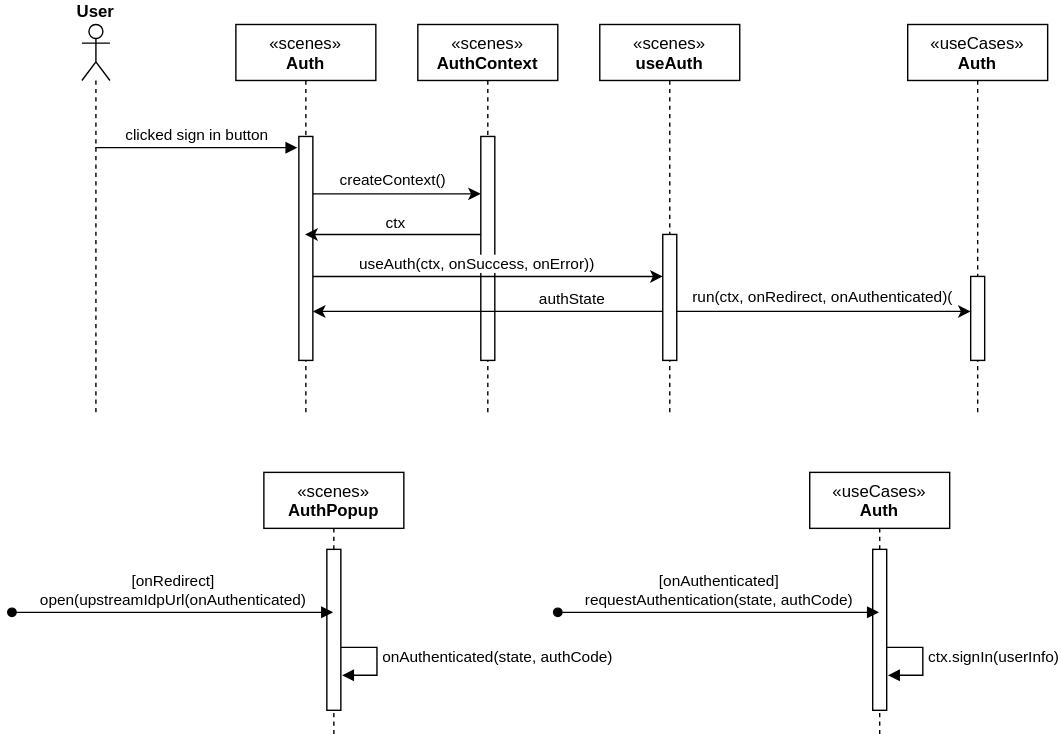
Earlier version of the draw.io export src/template_thesis/diagrams/audit_browser/audit_browser_uc02_auth_signin_sequence_diagram.drawio.svg (HaniAlshikh/bachelor-thesis). Source tidied: cells renumbered, new cells last; positions are measured from the earlier drawing's top-left corner, leaving out a move shared by most shapes. Its diagram source:
```xml
<mxGraphModel background="#ffffff">
  <root>
    <mxCell id="0" />
    <mxCell id="1" parent="0" />
    <mxCell id="2" value="&lt;span&gt;«scenes»&lt;br&gt;&lt;b&gt;AuthContext&lt;/b&gt;&lt;br&gt;&lt;/span&gt;" style="shape=umlLifeline;perimeter=lifelinePerimeter;whiteSpace=wrap;html=1;strokeWidth=1;verticalAlign=top;" parent="1" vertex="1">
      <mxGeometry x="290" width="100" height="280" as="geometry" />
    </mxCell>
    <mxCell id="3" style="html=1;perimeter=orthogonalPerimeter;strokeWidth=1;verticalAlign=top;" parent="1" vertex="1">
      <mxGeometry x="335" y="80" width="10" height="160" as="geometry" />
    </mxCell>
    <mxCell id="4" value="&lt;span style=&quot;text-align: center;&quot;&gt;ctx.signIn(userInfo)&lt;/span&gt;" style="edgeStyle=orthogonalEdgeStyle;html=1;align=left;spacingLeft=2;endArrow=block;rounded=0;entryX=1;entryY=0;strokeWidth=1;" parent="1" edge="1">
      <mxGeometry relative="1" as="geometry">
        <mxPoint x="620.8" y="445" as="sourcePoint" />
        <mxPoint x="625.8" y="465" as="targetPoint" />
        <Array as="points">
          <mxPoint x="650.8" y="445" />
        </Array>
      </mxGeometry>
    </mxCell>
    <mxCell id="5" value="&lt;span&gt;«scenes»&lt;br&gt;&lt;b&gt;Auth&lt;/b&gt;&lt;br&gt;&lt;/span&gt;" style="shape=umlLifeline;perimeter=lifelinePerimeter;whiteSpace=wrap;html=1;strokeWidth=1;verticalAlign=top;" parent="1" vertex="1">
      <mxGeometry x="160" width="100" height="280" as="geometry" />
    </mxCell>
    <mxCell id="6" value="&lt;b&gt;User&lt;/b&gt;" style="shape=umlLifeline;participant=umlActor;perimeter=lifelinePerimeter;whiteSpace=wrap;html=1;verticalAlign=bottom;spacingTop=36;outlineConnect=0;strokeWidth=1;labelPosition=center;verticalLabelPosition=top;align=center;" parent="1" vertex="1">
      <mxGeometry x="50" width="20" height="280" as="geometry" />
    </mxCell>
    <mxCell id="7" style="edgeStyle=none;rounded=0;html=1;" parent="1" edge="1">
      <mxGeometry relative="1" as="geometry">
        <mxPoint x="215" y="121" as="sourcePoint" />
        <mxPoint x="335" y="121" as="targetPoint" />
      </mxGeometry>
    </mxCell>
    <mxCell id="8" value="createContext()" style="edgeLabel;html=1;align=center;verticalAlign=middle;" parent="7" vertex="1">
      <mxGeometry x="-0.07" relative="1" as="geometry">
        <mxPoint y="-11" as="offset" />
      </mxGeometry>
    </mxCell>
    <mxCell id="9" style="html=1;perimeter=orthogonalPerimeter;strokeWidth=1;verticalAlign=top;" parent="1" vertex="1">
      <mxGeometry x="205" y="80" width="10" height="160" as="geometry" />
    </mxCell>
    <mxCell id="10" value="clicked sign in button" style="html=1;verticalAlign=bottom;endArrow=block;strokeWidth=1;entryX=-0.1;entryY=0.832;entryDx=0;entryDy=0;entryPerimeter=0;" parent="1" edge="1" source="6">
      <mxGeometry relative="1" as="geometry">
        <mxPoint x="204" y="88" as="targetPoint" />
      </mxGeometry>
    </mxCell>
    <mxCell id="11" value="&lt;span&gt;«scenes»&lt;br&gt;&lt;b&gt;useAuth&lt;/b&gt;&lt;br&gt;&lt;/span&gt;" style="shape=umlLifeline;perimeter=lifelinePerimeter;whiteSpace=wrap;html=1;strokeWidth=1;verticalAlign=top;" parent="1" vertex="1">
      <mxGeometry x="420" width="100" height="280" as="geometry" />
    </mxCell>
    <mxCell id="12" style="html=1;points=[];perimeter=orthogonalPerimeter;strokeWidth=1;verticalAlign=top;" parent="11" vertex="1">
      <mxGeometry x="45" y="150" width="10" height="90" as="geometry" />
    </mxCell>
    <mxCell id="13" style="edgeStyle=none;rounded=0;html=1;" parent="1" edge="1">
      <mxGeometry relative="1" as="geometry">
        <mxPoint x="335" y="150" as="sourcePoint" />
        <mxPoint x="209.5" y="150" as="targetPoint" />
      </mxGeometry>
    </mxCell>
    <mxCell id="14" value="ctx" style="edgeLabel;html=1;align=center;verticalAlign=middle;" parent="13" vertex="1">
      <mxGeometry x="-0.17" y="-1" relative="1" as="geometry">
        <mxPoint x="-10" y="-8" as="offset" />
      </mxGeometry>
    </mxCell>
    <mxCell id="15" style="edgeStyle=none;html=1;" parent="1" edge="1" target="12">
      <mxGeometry relative="1" as="geometry">
        <mxPoint x="215" y="180" as="sourcePoint" />
      </mxGeometry>
    </mxCell>
    <mxCell id="16" value="useAuth(ctx, onSuccess, onError))" style="edgeLabel;html=1;align=center;verticalAlign=middle;" parent="15" vertex="1">
      <mxGeometry x="-0.1" y="4" relative="1" as="geometry">
        <mxPoint x="4" y="-6" as="offset" />
      </mxGeometry>
    </mxCell>
    <mxCell id="17" value="&lt;span&gt;«useCases»&lt;br&gt;&lt;b&gt;Auth&lt;/b&gt;&lt;br&gt;&lt;/span&gt;" style="shape=umlLifeline;perimeter=lifelinePerimeter;whiteSpace=wrap;html=1;strokeWidth=1;verticalAlign=top;" parent="1" vertex="1">
      <mxGeometry x="640" width="100" height="280" as="geometry" />
    </mxCell>
    <mxCell id="18" style="html=1;perimeter=orthogonalPerimeter;strokeWidth=1;verticalAlign=top;" parent="17" vertex="1">
      <mxGeometry x="45" y="180" width="10" height="60" as="geometry" />
    </mxCell>
    <mxCell id="19" value="&lt;span&gt;«useCases»&lt;br&gt;&lt;b&gt;Auth&lt;/b&gt;&lt;br&gt;&lt;/span&gt;" style="shape=umlLifeline;perimeter=lifelinePerimeter;whiteSpace=wrap;html=1;outlineConnect=0;strokeWidth=1;verticalAlign=top;" parent="1" vertex="1">
      <mxGeometry x="570" y="320" width="100" height="190" as="geometry" />
    </mxCell>
    <mxCell id="20" style="html=1;perimeter=orthogonalPerimeter;strokeWidth=1;verticalAlign=top;" parent="19" vertex="1">
      <mxGeometry x="45" y="55" width="10" height="115" as="geometry" />
    </mxCell>
    <mxCell id="21" value="[onAuthenticated]&lt;br&gt;requestAuthentication(state, authCode)" style="html=1;verticalAlign=bottom;endArrow=block;strokeWidth=1;startArrow=oval;startFill=1;" parent="1" edge="1" target="19">
      <mxGeometry relative="1" as="geometry">
        <mxPoint x="390" y="420" as="sourcePoint" />
      </mxGeometry>
    </mxCell>
    <mxCell id="22" value="&lt;span style=&quot;text-align: center;&quot;&gt;onAuthenticated(state, authCode)&lt;/span&gt;" style="edgeStyle=orthogonalEdgeStyle;html=1;align=left;spacingLeft=2;endArrow=block;rounded=0;entryX=1;entryY=0;strokeWidth=1;" parent="1" edge="1">
      <mxGeometry relative="1" as="geometry">
        <mxPoint x="230.8" y="445" as="sourcePoint" />
        <mxPoint x="235.8" y="465" as="targetPoint" />
        <Array as="points">
          <mxPoint x="260.8" y="445" />
        </Array>
      </mxGeometry>
    </mxCell>
    <mxCell id="23" value="«scenes»&lt;br style=&quot;border-color: var(--border-color);&quot;&gt;&lt;b style=&quot;border-color: var(--border-color);&quot;&gt;AuthPopup&lt;/b&gt;&lt;span&gt;&lt;br&gt;&lt;/span&gt;" style="shape=umlLifeline;perimeter=lifelinePerimeter;whiteSpace=wrap;html=1;outlineConnect=0;strokeWidth=1;verticalAlign=top;" parent="1" vertex="1">
      <mxGeometry x="180" y="320" width="100" height="190" as="geometry" />
    </mxCell>
    <mxCell id="24" style="html=1;perimeter=orthogonalPerimeter;strokeWidth=1;verticalAlign=top;" parent="23" vertex="1">
      <mxGeometry x="45" y="55" width="10" height="115" as="geometry" />
    </mxCell>
    <mxCell id="25" value="[onRedirect]&lt;br style=&quot;border-color: var(--border-color);&quot;&gt;open(upstreamIdpUrl(onAuthenticated)" style="html=1;verticalAlign=bottom;endArrow=block;strokeWidth=1;startArrow=oval;startFill=1;" parent="1" edge="1" target="23">
      <mxGeometry relative="1" as="geometry">
        <mxPoint y="420" as="sourcePoint" />
      </mxGeometry>
    </mxCell>
    <mxCell id="26" style="edgeStyle=none;rounded=0;html=1;strokeWidth=1;" parent="1" edge="1">
      <mxGeometry relative="1" as="geometry">
        <mxPoint x="475" y="205" as="sourcePoint" />
        <mxPoint x="685" y="205" as="targetPoint" />
      </mxGeometry>
    </mxCell>
    <mxCell id="27" value="run(ctx, onRedirect, onAuthenticated)(" style="edgeLabel;html=1;align=center;verticalAlign=middle;" parent="26" vertex="1">
      <mxGeometry x="-0.07" relative="1" as="geometry">
        <mxPoint x="6" y="-11" as="offset" />
      </mxGeometry>
    </mxCell>
    <mxCell id="28" style="edgeStyle=none;rounded=0;html=1;strokeWidth=1;" parent="1" edge="1">
      <mxGeometry relative="1" as="geometry">
        <mxPoint x="465" y="205" as="sourcePoint" />
        <mxPoint x="215" y="205" as="targetPoint" />
      </mxGeometry>
    </mxCell>
    <mxCell id="29" value="authState" style="edgeLabel;html=1;align=center;verticalAlign=middle;" parent="28" vertex="1">
      <mxGeometry x="-0.31" y="-2" relative="1" as="geometry">
        <mxPoint x="21" y="-8" as="offset" />
      </mxGeometry>
    </mxCell>
  </root>
</mxGraphModel>
```
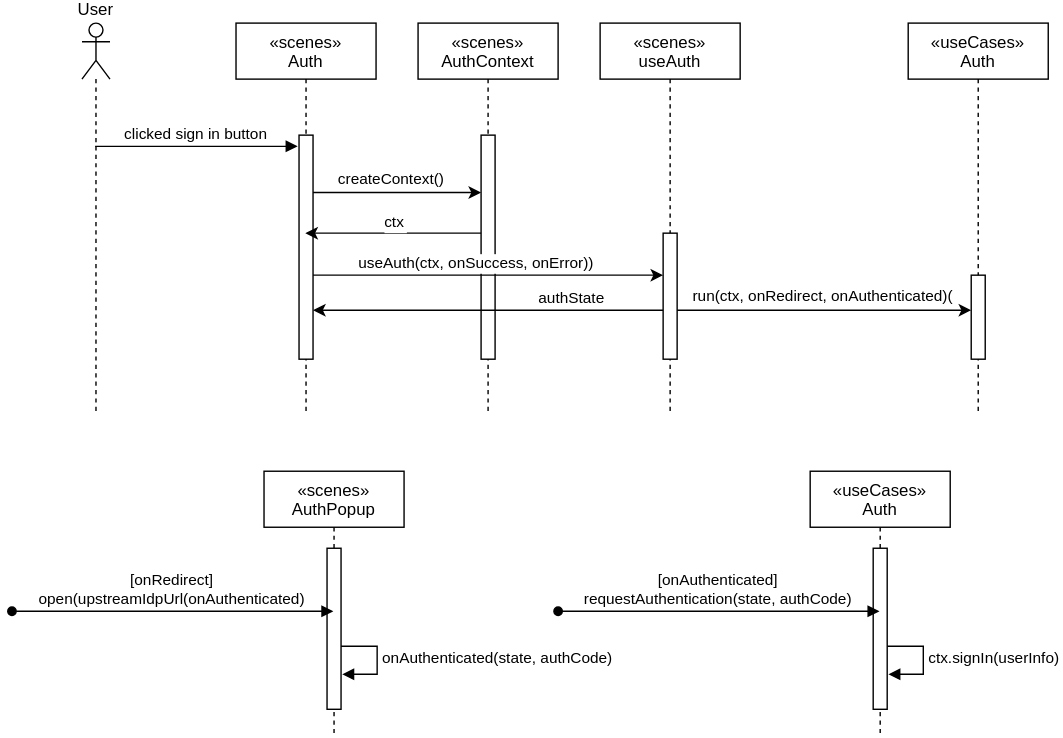
The same file after the commit.

Change to the diagram source:
```diff
@@ -2,13 +2,13 @@
   <root>
     <mxCell id="0" />
     <mxCell id="1" parent="0" />
-    <mxCell id="2" value="&lt;span&gt;«scenes»&lt;br&gt;&lt;b&gt;AuthContext&lt;/b&gt;&lt;br&gt;&lt;/span&gt;" style="shape=umlLifeline;perimeter=lifelinePerimeter;whiteSpace=wrap;html=1;strokeWidth=1;verticalAlign=top;" parent="1" vertex="1">
+    <mxCell id="2" value="«scenes»&#10;AuthContext&#10;" style="shape=umlLifeline;perimeter=lifelinePerimeter;strokeWidth=1;verticalAlign=top;" parent="1" vertex="1">
       <mxGeometry x="290" width="100" height="280" as="geometry" />
     </mxCell>
-    <mxCell id="3" style="html=1;perimeter=orthogonalPerimeter;strokeWidth=1;verticalAlign=top;" parent="1" vertex="1">
+    <mxCell id="3" style="perimeter=orthogonalPerimeter;strokeWidth=1;verticalAlign=top;" parent="1" vertex="1">
       <mxGeometry x="335" y="80" width="10" height="160" as="geometry" />
     </mxCell>
-    <mxCell id="4" value="&lt;span style=&quot;text-align: center;&quot;&gt;ctx.signIn(userInfo)&lt;/span&gt;" style="edgeStyle=orthogonalEdgeStyle;html=1;align=left;spacingLeft=2;endArrow=block;rounded=0;entryX=1;entryY=0;strokeWidth=1;" parent="1" edge="1">
+    <mxCell id="4" value="ctx.signIn(userInfo)" style="edgeStyle=orthogonalEdgeStyle;align=left;spacingLeft=2;endArrow=block;rounded=0;entryX=1;entryY=0;strokeWidth=1;" parent="1" edge="1">
       <mxGeometry relative="1" as="geometry">
         <mxPoint x="620.8" y="445" as="sourcePoint" />
         <mxPoint x="625.8" y="465" as="targetPoint" />
@@ -17,76 +17,76 @@
         </Array>
       </mxGeometry>
     </mxCell>
-    <mxCell id="5" value="&lt;span&gt;«scenes»&lt;br&gt;&lt;b&gt;Auth&lt;/b&gt;&lt;br&gt;&lt;/span&gt;" style="shape=umlLifeline;perimeter=lifelinePerimeter;whiteSpace=wrap;html=1;strokeWidth=1;verticalAlign=top;" parent="1" vertex="1">
+    <mxCell id="5" value="«scenes»&#10;Auth&#10;" style="shape=umlLifeline;perimeter=lifelinePerimeter;strokeWidth=1;verticalAlign=top;" parent="1" vertex="1">
       <mxGeometry x="160" width="100" height="280" as="geometry" />
     </mxCell>
-    <mxCell id="6" value="&lt;b&gt;User&lt;/b&gt;" style="shape=umlLifeline;participant=umlActor;perimeter=lifelinePerimeter;whiteSpace=wrap;html=1;verticalAlign=bottom;spacingTop=36;outlineConnect=0;strokeWidth=1;labelPosition=center;verticalLabelPosition=top;align=center;" parent="1" vertex="1">
+    <mxCell id="6" value="User" style="shape=umlLifeline;participant=umlActor;perimeter=lifelinePerimeter;verticalAlign=bottom;spacingTop=36;outlineConnect=0;strokeWidth=1;labelPosition=center;verticalLabelPosition=top;align=center;" parent="1" vertex="1">
       <mxGeometry x="50" width="20" height="280" as="geometry" />
     </mxCell>
-    <mxCell id="7" style="edgeStyle=none;rounded=0;html=1;" parent="1" edge="1">
+    <mxCell id="7" style="edgeStyle=none;rounded=0;" parent="1" edge="1">
       <mxGeometry relative="1" as="geometry">
         <mxPoint x="215" y="121" as="sourcePoint" />
         <mxPoint x="335" y="121" as="targetPoint" />
       </mxGeometry>
     </mxCell>
-    <mxCell id="8" value="createContext()" style="edgeLabel;html=1;align=center;verticalAlign=middle;" parent="7" vertex="1">
+    <mxCell id="8" value="createContext()" style="edgeLabel;align=center;verticalAlign=middle;" parent="7" vertex="1">
       <mxGeometry x="-0.07" relative="1" as="geometry">
         <mxPoint y="-11" as="offset" />
       </mxGeometry>
     </mxCell>
-    <mxCell id="9" style="html=1;perimeter=orthogonalPerimeter;strokeWidth=1;verticalAlign=top;" parent="1" vertex="1">
+    <mxCell id="9" style="perimeter=orthogonalPerimeter;strokeWidth=1;verticalAlign=top;" parent="1" vertex="1">
       <mxGeometry x="205" y="80" width="10" height="160" as="geometry" />
     </mxCell>
-    <mxCell id="10" value="clicked sign in button" style="html=1;verticalAlign=bottom;endArrow=block;strokeWidth=1;entryX=-0.1;entryY=0.832;entryDx=0;entryDy=0;entryPerimeter=0;" parent="1" edge="1" source="6">
+    <mxCell id="10" value="clicked sign in button" style="verticalAlign=bottom;endArrow=block;strokeWidth=1;entryX=-0.1;entryY=0.832;entryDx=0;entryDy=0;entryPerimeter=0;" parent="1" edge="1" source="6">
       <mxGeometry relative="1" as="geometry">
         <mxPoint x="204" y="88" as="targetPoint" />
       </mxGeometry>
     </mxCell>
-    <mxCell id="11" value="&lt;span&gt;«scenes»&lt;br&gt;&lt;b&gt;useAuth&lt;/b&gt;&lt;br&gt;&lt;/span&gt;" style="shape=umlLifeline;perimeter=lifelinePerimeter;whiteSpace=wrap;html=1;strokeWidth=1;verticalAlign=top;" parent="1" vertex="1">
+    <mxCell id="11" value="«scenes»&#10;useAuth&#10;" style="shape=umlLifeline;perimeter=lifelinePerimeter;strokeWidth=1;verticalAlign=top;" parent="1" vertex="1">
       <mxGeometry x="420" width="100" height="280" as="geometry" />
     </mxCell>
-    <mxCell id="12" style="html=1;points=[];perimeter=orthogonalPerimeter;strokeWidth=1;verticalAlign=top;" parent="11" vertex="1">
+    <mxCell id="12" style="points=[];perimeter=orthogonalPerimeter;strokeWidth=1;verticalAlign=top;" parent="11" vertex="1">
       <mxGeometry x="45" y="150" width="10" height="90" as="geometry" />
     </mxCell>
-    <mxCell id="13" style="edgeStyle=none;rounded=0;html=1;" parent="1" edge="1">
+    <mxCell id="13" style="edgeStyle=none;rounded=0;" parent="1" edge="1">
       <mxGeometry relative="1" as="geometry">
         <mxPoint x="335" y="150" as="sourcePoint" />
         <mxPoint x="209.5" y="150" as="targetPoint" />
       </mxGeometry>
     </mxCell>
-    <mxCell id="14" value="ctx" style="edgeLabel;html=1;align=center;verticalAlign=middle;" parent="13" vertex="1">
+    <mxCell id="14" value="ctx" style="edgeLabel;align=center;verticalAlign=middle;" parent="13" vertex="1">
       <mxGeometry x="-0.17" y="-1" relative="1" as="geometry">
         <mxPoint x="-10" y="-8" as="offset" />
       </mxGeometry>
     </mxCell>
-    <mxCell id="15" style="edgeStyle=none;html=1;" parent="1" edge="1" target="12">
+    <mxCell id="15" style="edgeStyle=none;" parent="1" edge="1" target="12">
       <mxGeometry relative="1" as="geometry">
         <mxPoint x="215" y="180" as="sourcePoint" />
       </mxGeometry>
     </mxCell>
-    <mxCell id="16" value="useAuth(ctx, onSuccess, onError))" style="edgeLabel;html=1;align=center;verticalAlign=middle;" parent="15" vertex="1">
+    <mxCell id="16" value="useAuth(ctx, onSuccess, onError))" style="edgeLabel;align=center;verticalAlign=middle;" parent="15" vertex="1">
       <mxGeometry x="-0.1" y="4" relative="1" as="geometry">
         <mxPoint x="4" y="-6" as="offset" />
       </mxGeometry>
     </mxCell>
-    <mxCell id="17" value="&lt;span&gt;«useCases»&lt;br&gt;&lt;b&gt;Auth&lt;/b&gt;&lt;br&gt;&lt;/span&gt;" style="shape=umlLifeline;perimeter=lifelinePerimeter;whiteSpace=wrap;html=1;strokeWidth=1;verticalAlign=top;" parent="1" vertex="1">
+    <mxCell id="17" value="«useCases»&#10;Auth&#10;" style="shape=umlLifeline;perimeter=lifelinePerimeter;strokeWidth=1;verticalAlign=top;" parent="1" vertex="1">
       <mxGeometry x="640" width="100" height="280" as="geometry" />
     </mxCell>
-    <mxCell id="18" style="html=1;perimeter=orthogonalPerimeter;strokeWidth=1;verticalAlign=top;" parent="17" vertex="1">
+    <mxCell id="18" style="perimeter=orthogonalPerimeter;strokeWidth=1;verticalAlign=top;" parent="17" vertex="1">
       <mxGeometry x="45" y="180" width="10" height="60" as="geometry" />
     </mxCell>
-    <mxCell id="19" value="&lt;span&gt;«useCases»&lt;br&gt;&lt;b&gt;Auth&lt;/b&gt;&lt;br&gt;&lt;/span&gt;" style="shape=umlLifeline;perimeter=lifelinePerimeter;whiteSpace=wrap;html=1;outlineConnect=0;strokeWidth=1;verticalAlign=top;" parent="1" vertex="1">
+    <mxCell id="19" value="«useCases»&#10;Auth&#10;" style="shape=umlLifeline;perimeter=lifelinePerimeter;outlineConnect=0;strokeWidth=1;verticalAlign=top;" parent="1" vertex="1">
       <mxGeometry x="570" y="320" width="100" height="190" as="geometry" />
     </mxCell>
-    <mxCell id="20" style="html=1;perimeter=orthogonalPerimeter;strokeWidth=1;verticalAlign=top;" parent="19" vertex="1">
+    <mxCell id="20" style="perimeter=orthogonalPerimeter;strokeWidth=1;verticalAlign=top;" parent="19" vertex="1">
       <mxGeometry x="45" y="55" width="10" height="115" as="geometry" />
     </mxCell>
-    <mxCell id="21" value="[onAuthenticated]&lt;br&gt;requestAuthentication(state, authCode)" style="html=1;verticalAlign=bottom;endArrow=block;strokeWidth=1;startArrow=oval;startFill=1;" parent="1" edge="1" target="19">
+    <mxCell id="21" value="[onAuthenticated]&#10;requestAuthentication(state, authCode)" style="verticalAlign=bottom;endArrow=block;strokeWidth=1;startArrow=oval;startFill=1;" parent="1" edge="1" target="19">
       <mxGeometry relative="1" as="geometry">
         <mxPoint x="390" y="420" as="sourcePoint" />
       </mxGeometry>
     </mxCell>
-    <mxCell id="22" value="&lt;span style=&quot;text-align: center;&quot;&gt;onAuthenticated(state, authCode)&lt;/span&gt;" style="edgeStyle=orthogonalEdgeStyle;html=1;align=left;spacingLeft=2;endArrow=block;rounded=0;entryX=1;entryY=0;strokeWidth=1;" parent="1" edge="1">
+    <mxCell id="22" value="onAuthenticated(state, authCode)" style="edgeStyle=orthogonalEdgeStyle;align=left;spacingLeft=2;endArrow=block;rounded=0;entryX=1;entryY=0;strokeWidth=1;" parent="1" edge="1">
       <mxGeometry relative="1" as="geometry">
         <mxPoint x="230.8" y="445" as="sourcePoint" />
         <mxPoint x="235.8" y="465" as="targetPoint" />
@@ -95,35 +95,35 @@
         </Array>
       </mxGeometry>
     </mxCell>
-    <mxCell id="23" value="«scenes»&lt;br style=&quot;border-color: var(--border-color);&quot;&gt;&lt;b style=&quot;border-color: var(--border-color);&quot;&gt;AuthPopup&lt;/b&gt;&lt;span&gt;&lt;br&gt;&lt;/span&gt;" style="shape=umlLifeline;perimeter=lifelinePerimeter;whiteSpace=wrap;html=1;outlineConnect=0;strokeWidth=1;verticalAlign=top;" parent="1" vertex="1">
+    <mxCell id="23" value="«scenes»&#10;AuthPopup&#10;" style="shape=umlLifeline;perimeter=lifelinePerimeter;outlineConnect=0;strokeWidth=1;verticalAlign=top;" parent="1" vertex="1">
       <mxGeometry x="180" y="320" width="100" height="190" as="geometry" />
     </mxCell>
-    <mxCell id="24" style="html=1;perimeter=orthogonalPerimeter;strokeWidth=1;verticalAlign=top;" parent="23" vertex="1">
+    <mxCell id="24" style="perimeter=orthogonalPerimeter;strokeWidth=1;verticalAlign=top;" parent="23" vertex="1">
       <mxGeometry x="45" y="55" width="10" height="115" as="geometry" />
     </mxCell>
-    <mxCell id="25" value="[onRedirect]&lt;br style=&quot;border-color: var(--border-color);&quot;&gt;open(upstreamIdpUrl(onAuthenticated)" style="html=1;verticalAlign=bottom;endArrow=block;strokeWidth=1;startArrow=oval;startFill=1;" parent="1" edge="1" target="23">
+    <mxCell id="25" value="[onRedirect]&#10;open(upstreamIdpUrl(onAuthenticated)" style="verticalAlign=bottom;endArrow=block;strokeWidth=1;startArrow=oval;startFill=1;" parent="1" edge="1" target="23">
       <mxGeometry relative="1" as="geometry">
         <mxPoint y="420" as="sourcePoint" />
       </mxGeometry>
     </mxCell>
-    <mxCell id="26" style="edgeStyle=none;rounded=0;html=1;strokeWidth=1;" parent="1" edge="1">
+    <mxCell id="26" style="edgeStyle=none;rounded=0;strokeWidth=1;" parent="1" edge="1">
       <mxGeometry relative="1" as="geometry">
         <mxPoint x="475" y="205" as="sourcePoint" />
         <mxPoint x="685" y="205" as="targetPoint" />
       </mxGeometry>
     </mxCell>
-    <mxCell id="27" value="run(ctx, onRedirect, onAuthenticated)(" style="edgeLabel;html=1;align=center;verticalAlign=middle;" parent="26" vertex="1">
+    <mxCell id="27" value="run(ctx, onRedirect, onAuthenticated)(" style="edgeLabel;align=center;verticalAlign=middle;" parent="26" vertex="1">
       <mxGeometry x="-0.07" relative="1" as="geometry">
         <mxPoint x="6" y="-11" as="offset" />
       </mxGeometry>
     </mxCell>
-    <mxCell id="28" style="edgeStyle=none;rounded=0;html=1;strokeWidth=1;" parent="1" edge="1">
+    <mxCell id="28" style="edgeStyle=none;rounded=0;strokeWidth=1;" parent="1" edge="1">
       <mxGeometry relative="1" as="geometry">
         <mxPoint x="465" y="205" as="sourcePoint" />
         <mxPoint x="215" y="205" as="targetPoint" />
       </mxGeometry>
     </mxCell>
-    <mxCell id="29" value="authState" style="edgeLabel;html=1;align=center;verticalAlign=middle;" parent="28" vertex="1">
+    <mxCell id="29" value="authState" style="edgeLabel;align=center;verticalAlign=middle;" parent="28" vertex="1">
       <mxGeometry x="-0.31" y="-2" relative="1" as="geometry">
         <mxPoint x="21" y="-8" as="offset" />
       </mxGeometry>
```
